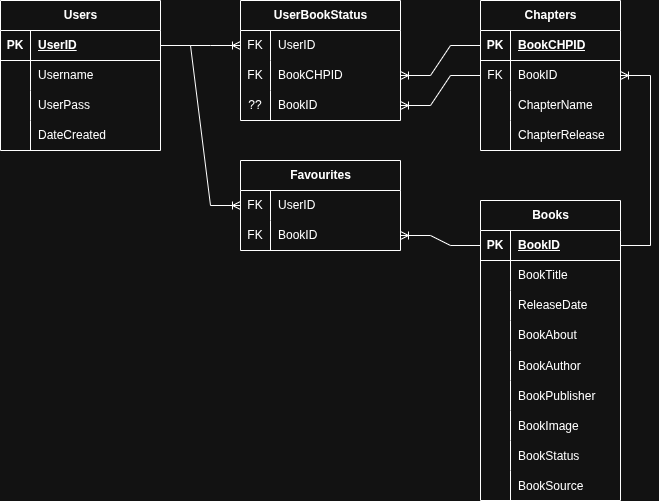
Fabi985/Second-year-uni-proj keeps this draw.io diagram as SlimeBalls/DesignAssets/DatabaseDiagram.png. Above is the earlier version. Source tidied: cells renumbered, new cells last; positions are measured from the earlier drawing's top-left corner, leaving out a move shared by most shapes.
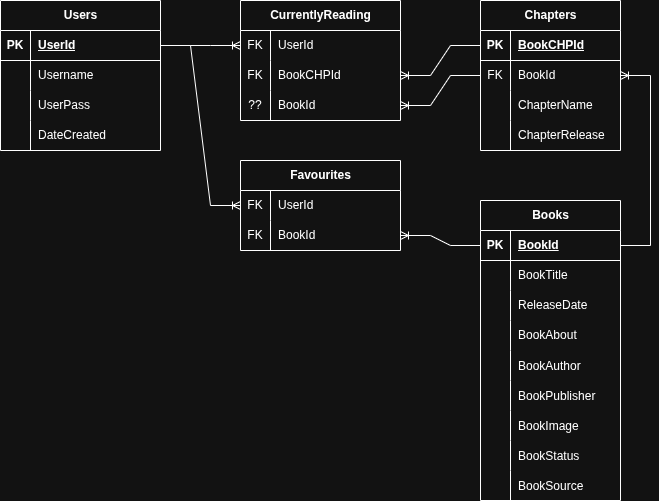
The same file after the commit.

Diff of the diagram source:
```diff
@@ -11,7 +11,7 @@
     <mxCell id="4" value="PK" style="shape=partialRectangle;fillColor=none;top=0;left=0;bottom=0;right=0;fontStyle=1;overflow=hidden;whiteSpace=wrap;html=1;" parent="3" vertex="1">
       <mxGeometry width="30" height="30" as="geometry" />
     </mxCell>
-    <mxCell id="5" value="UserID" style="shape=partialRectangle;fillColor=none;top=0;left=0;bottom=0;right=0;align=left;spacingLeft=6;fontStyle=5;overflow=hidden;whiteSpace=wrap;html=1;" parent="3" vertex="1">
+    <mxCell id="5" value="UserId" style="shape=partialRectangle;fillColor=none;top=0;left=0;bottom=0;right=0;align=left;spacingLeft=6;fontStyle=5;overflow=hidden;whiteSpace=wrap;html=1;" parent="3" vertex="1">
       <mxGeometry x="30" width="130" height="30" as="geometry" />
     </mxCell>
     <mxCell id="6" style="shape=tableRow;horizontal=0;startSize=0;swimlaneHead=0;swimlaneBody=0;fillColor=none;top=0;left=0;right=0;bottom=0;" parent="2" vertex="1">
@@ -50,7 +50,7 @@
     <mxCell id="17" value="PK" style="shape=partialRectangle;fillColor=none;top=0;left=0;bottom=0;right=0;fontStyle=1;overflow=hidden;whiteSpace=wrap;html=1;" parent="16" vertex="1">
       <mxGeometry width="30" height="30" as="geometry" />
     </mxCell>
-    <mxCell id="18" value="BookID" style="shape=partialRectangle;fillColor=none;top=0;left=0;bottom=0;right=0;align=left;spacingLeft=6;fontStyle=5;overflow=hidden;whiteSpace=wrap;html=1;" parent="16" vertex="1">
+    <mxCell id="18" value="BookId" style="shape=partialRectangle;fillColor=none;top=0;left=0;bottom=0;right=0;align=left;spacingLeft=6;fontStyle=5;overflow=hidden;whiteSpace=wrap;html=1;" parent="16" vertex="1">
       <mxGeometry x="30" width="110" height="30" as="geometry" />
     </mxCell>
     <mxCell id="19" style="shape=tableRow;horizontal=0;startSize=0;swimlaneHead=0;swimlaneBody=0;fillColor=none;top=0;left=0;right=0;bottom=0;" parent="15" vertex="1">
@@ -134,7 +134,7 @@
     <mxCell id="45" value="PK" style="shape=partialRectangle;fillColor=none;top=0;left=0;bottom=0;right=0;fontStyle=1;overflow=hidden;whiteSpace=wrap;html=1;" parent="44" vertex="1">
       <mxGeometry width="30" height="30" as="geometry" />
     </mxCell>
-    <mxCell id="46" value="BookCHPID" style="shape=partialRectangle;fillColor=none;top=0;left=0;bottom=0;right=0;align=left;spacingLeft=6;fontStyle=5;overflow=hidden;whiteSpace=wrap;html=1;" parent="44" vertex="1">
+    <mxCell id="46" value="BookCHPId" style="shape=partialRectangle;fillColor=none;top=0;left=0;bottom=0;right=0;align=left;spacingLeft=6;fontStyle=5;overflow=hidden;whiteSpace=wrap;html=1;" parent="44" vertex="1">
       <mxGeometry x="30" width="110" height="30" as="geometry" />
     </mxCell>
     <mxCell id="47" style="shape=tableRow;horizontal=0;startSize=0;swimlaneHead=0;swimlaneBody=0;fillColor=none;points=[[0,0.5],[1,0.5]];portConstraint=eastwest;top=0;left=0;right=0;bottom=0;" parent="43" vertex="1">
@@ -143,7 +143,7 @@
     <mxCell id="48" value="FK" style="shape=partialRectangle;fillColor=none;top=0;left=0;bottom=0;right=0;fontStyle=0;overflow=hidden;whiteSpace=wrap;html=1;" parent="47" vertex="1">
       <mxGeometry width="30" height="30" as="geometry" />
     </mxCell>
-    <mxCell id="49" value="BookID" style="shape=partialRectangle;fillColor=none;top=0;left=0;bottom=0;right=0;align=left;spacingLeft=6;fontStyle=0;overflow=hidden;whiteSpace=wrap;html=1;" parent="47" vertex="1">
+    <mxCell id="49" value="BookId" style="shape=partialRectangle;fillColor=none;top=0;left=0;bottom=0;right=0;align=left;spacingLeft=6;fontStyle=0;overflow=hidden;whiteSpace=wrap;html=1;" parent="47" vertex="1">
       <mxGeometry x="30" width="110" height="30" as="geometry" />
     </mxCell>
     <mxCell id="50" style="shape=tableRow;horizontal=0;startSize=0;swimlaneHead=0;swimlaneBody=0;fillColor=none;top=0;left=0;right=0;bottom=0;" parent="43" vertex="1">
@@ -164,7 +164,7 @@
     <mxCell id="55" value="ChapterRelease" style="shape=partialRectangle;fillColor=none;top=0;left=0;bottom=0;right=0;align=left;spacingLeft=6;overflow=hidden;whiteSpace=wrap;html=1;" parent="53" vertex="1">
       <mxGeometry x="30" width="110" height="30" as="geometry" />
     </mxCell>
-    <mxCell id="56" value="UserBookStatus" style="shape=table;startSize=30;rowLines=0;fontStyle=1;align=center;html=1;" parent="1" vertex="1">
+    <mxCell id="56" value="CurrentlyReading" style="shape=table;startSize=30;rowLines=0;fontStyle=1;align=center;html=1;" parent="1" vertex="1">
       <mxGeometry x="240" width="160" height="120" as="geometry" />
     </mxCell>
     <mxCell id="57" style="shape=tableRow;horizontal=0;startSize=0;swimlaneHead=0;swimlaneBody=0;fillColor=none;points=[[0,0.5],[1,0.5]];portConstraint=eastwest;top=0;left=0;right=0;bottom=0;" parent="56" vertex="1">
@@ -173,7 +173,7 @@
     <mxCell id="58" value="FK" style="shape=partialRectangle;fillColor=none;top=0;left=0;bottom=0;right=0;fontStyle=0;overflow=hidden;whiteSpace=wrap;html=1;" parent="57" vertex="1">
       <mxGeometry width="30" height="30" as="geometry" />
     </mxCell>
-    <mxCell id="59" value="UserID" style="shape=partialRectangle;fillColor=none;top=0;left=0;bottom=0;right=0;align=left;spacingLeft=6;fontStyle=0;overflow=hidden;whiteSpace=wrap;html=1;" parent="57" vertex="1">
+    <mxCell id="59" value="UserId" style="shape=partialRectangle;fillColor=none;top=0;left=0;bottom=0;right=0;align=left;spacingLeft=6;fontStyle=0;overflow=hidden;whiteSpace=wrap;html=1;" parent="57" vertex="1">
       <mxGeometry x="30" width="130" height="30" as="geometry" />
     </mxCell>
     <mxCell id="60" style="shape=tableRow;horizontal=0;startSize=0;swimlaneHead=0;swimlaneBody=0;fillColor=none;points=[[0,0.5],[1,0.5]];portConstraint=eastwest;top=0;left=0;right=0;bottom=0;" parent="56" vertex="1">
@@ -182,7 +182,7 @@
     <mxCell id="61" value="FK" style="shape=partialRectangle;fillColor=none;top=0;left=0;bottom=0;right=0;fontStyle=0;overflow=hidden;whiteSpace=wrap;html=1;" parent="60" vertex="1">
       <mxGeometry width="30" height="30" as="geometry" />
     </mxCell>
-    <mxCell id="62" value="BookCHPID" style="shape=partialRectangle;fillColor=none;top=0;left=0;bottom=0;right=0;align=left;spacingLeft=6;fontStyle=0;overflow=hidden;whiteSpace=wrap;html=1;" parent="60" vertex="1">
+    <mxCell id="62" value="BookCHPId" style="shape=partialRectangle;fillColor=none;top=0;left=0;bottom=0;right=0;align=left;spacingLeft=6;fontStyle=0;overflow=hidden;whiteSpace=wrap;html=1;" parent="60" vertex="1">
       <mxGeometry x="30" width="130" height="30" as="geometry" />
     </mxCell>
     <mxCell id="63" style="shape=tableRow;horizontal=0;startSize=0;swimlaneHead=0;swimlaneBody=0;fillColor=none;points=[[0,0.5],[1,0.5]];portConstraint=eastwest;top=0;left=0;right=0;bottom=0;" parent="56" vertex="1">
@@ -191,7 +191,7 @@
     <mxCell id="64" value="??" style="shape=partialRectangle;fillColor=none;top=0;left=0;bottom=0;right=0;fontStyle=0;overflow=hidden;whiteSpace=wrap;html=1;" parent="63" vertex="1">
       <mxGeometry width="30" height="30" as="geometry" />
     </mxCell>
-    <mxCell id="65" value="BookID" style="shape=partialRectangle;fillColor=none;top=0;left=0;bottom=0;right=0;align=left;spacingLeft=6;fontStyle=0;overflow=hidden;whiteSpace=wrap;html=1;" parent="63" vertex="1">
+    <mxCell id="65" value="BookId" style="shape=partialRectangle;fillColor=none;top=0;left=0;bottom=0;right=0;align=left;spacingLeft=6;fontStyle=0;overflow=hidden;whiteSpace=wrap;html=1;" parent="63" vertex="1">
       <mxGeometry x="30" width="130" height="30" as="geometry" />
     </mxCell>
     <mxCell id="66" style="edgeStyle=entityRelationEdgeStyle;fontSize=12;html=1;endArrow=ERoneToMany;rounded=0;exitX=1;exitY=0.5;exitDx=0;exitDy=0;entryX=0;entryY=0.5;entryDx=0;entryDy=0;" parent="1" edge="1" source="3" target="57">
@@ -215,7 +215,7 @@
     <mxCell id="72" value="FK" style="shape=partialRectangle;fillColor=none;top=0;left=0;bottom=0;right=0;overflow=hidden;whiteSpace=wrap;html=1;" parent="71" vertex="1">
       <mxGeometry width="30" height="30" as="geometry" />
     </mxCell>
-    <mxCell id="73" value="UserID" style="shape=partialRectangle;fillColor=none;top=0;left=0;bottom=0;right=0;align=left;spacingLeft=6;overflow=hidden;whiteSpace=wrap;html=1;" parent="71" vertex="1">
+    <mxCell id="73" value="UserId" style="shape=partialRectangle;fillColor=none;top=0;left=0;bottom=0;right=0;align=left;spacingLeft=6;overflow=hidden;whiteSpace=wrap;html=1;" parent="71" vertex="1">
       <mxGeometry x="30" width="130" height="30" as="geometry" />
     </mxCell>
     <mxCell id="74" style="shape=tableRow;horizontal=0;startSize=0;swimlaneHead=0;swimlaneBody=0;fillColor=none;points=[[0,0.5],[1,0.5]];portConstraint=eastwest;top=0;left=0;right=0;bottom=0;" parent="70" vertex="1">
@@ -224,7 +224,7 @@
     <mxCell id="75" value="FK" style="shape=partialRectangle;fillColor=none;top=0;left=0;bottom=0;right=0;overflow=hidden;whiteSpace=wrap;html=1;" parent="74" vertex="1">
       <mxGeometry width="30" height="30" as="geometry" />
     </mxCell>
-    <mxCell id="76" value="BookID" style="shape=partialRectangle;fillColor=none;top=0;left=0;bottom=0;right=0;align=left;spacingLeft=6;overflow=hidden;whiteSpace=wrap;html=1;" parent="74" vertex="1">
+    <mxCell id="76" value="BookId" style="shape=partialRectangle;fillColor=none;top=0;left=0;bottom=0;right=0;align=left;spacingLeft=6;overflow=hidden;whiteSpace=wrap;html=1;" parent="74" vertex="1">
       <mxGeometry x="30" width="130" height="30" as="geometry" />
     </mxCell>
     <mxCell id="77" style="edgeStyle=entityRelationEdgeStyle;fontSize=12;html=1;endArrow=ERoneToMany;rounded=0;exitX=1;exitY=0.5;exitDx=0;exitDy=0;entryX=0;entryY=0.5;entryDx=0;entryDy=0;" parent="1" edge="1" source="3" target="71">
```
